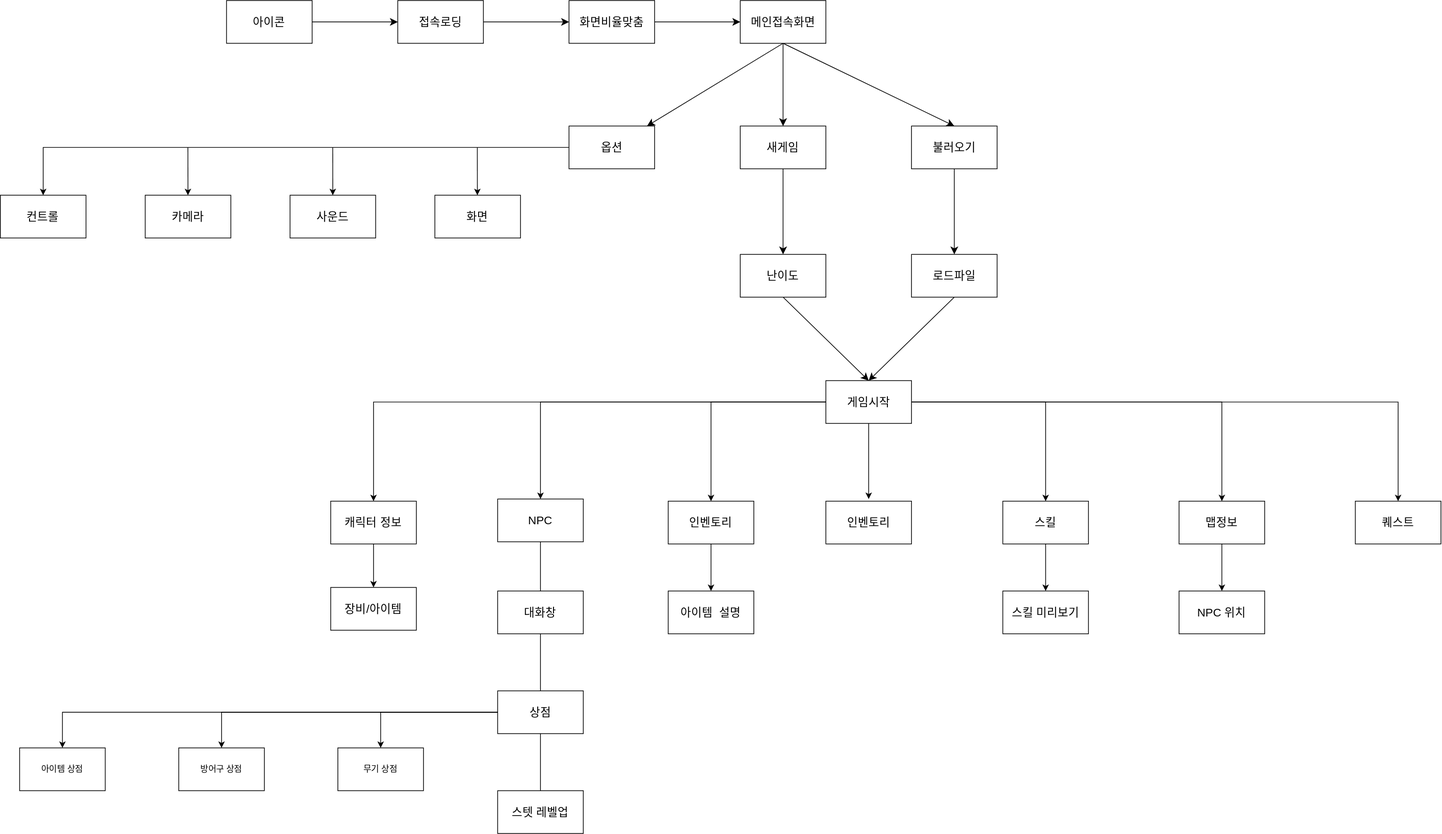
This is images/씬 플로우.drawio.svg from hji0909/H.J.I-website, a draw.io export, as it was before one commit. Source tidied: cells renumbered, new cells last; positions are measured from the earlier drawing's top-left corner, leaving out a move shared by most shapes.
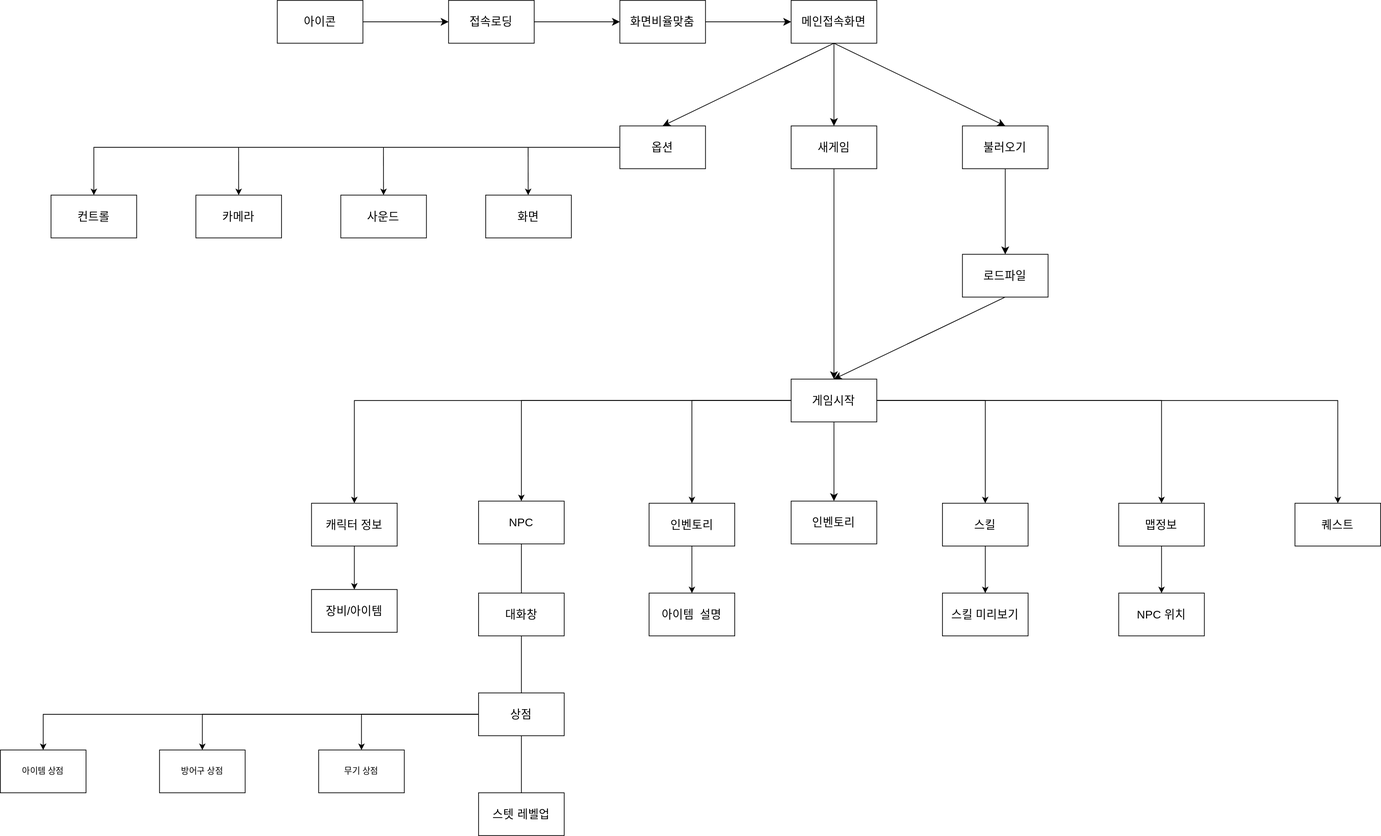
After the commit.

The edit, as a diff of the source:
```diff
@@ -23,9 +23,9 @@
     <mxCell id="8" value="옵션" style="whiteSpace=wrap;html=1;fontSize=16;rounded=0;" parent="1" vertex="1">
       <mxGeometry x="797" y="176" width="120" height="60" as="geometry" />
     </mxCell>
-    <mxCell id="9" style="edgeStyle=none;curved=1;rounded=0;jettySize=auto;html=1;fontSize=12;startSize=8;endSize=8;" parent="1" edge="1" source="10" target="21">
-      <mxGeometry relative="1" as="geometry" />
-    </mxCell>
+    <mxCell id="64" style="edgeStyle=none;curved=1;rounded=0;jettySize=auto;html=1;exitX=0.5;exitY=1;exitDx=0;exitDy=0;entryX=0.5;entryY=0;entryDx=0;entryDy=0;fontSize=12;startSize=8;endSize=8;" parent="1" edge="1" source="10" target="31">
+      <mxGeometry relative="1" as="geometry" />
+    </mxCell>
     <mxCell id="10" value="새게임" style="rounded=0;whiteSpace=wrap;html=1;fontSize=16;" parent="1" vertex="1">
       <mxGeometry x="1037" y="176" width="120" height="60" as="geometry" />
     </mxCell>
@@ -35,15 +35,15 @@
     <mxCell id="12" value="불러오기" style="rounded=0;whiteSpace=wrap;html=1;fontSize=16;" parent="1" vertex="1">
       <mxGeometry x="1277" y="176" width="120" height="60" as="geometry" />
     </mxCell>
-    <mxCell id="13" style="edgeStyle=none;curved=1;rounded=0;jettySize=auto;html=1;fontSize=12;startSize=8;endSize=8;exitX=0.5;exitY=1;exitDx=0;exitDy=0;" parent="1" edge="1" source="16" target="8">
-      <mxGeometry relative="1" as="geometry" />
-    </mxCell>
     <mxCell id="14" style="edgeStyle=none;curved=1;rounded=0;jettySize=auto;html=1;exitX=0.5;exitY=1;exitDx=0;exitDy=0;entryX=0.5;entryY=0;entryDx=0;entryDy=0;fontSize=12;startSize=8;endSize=8;" parent="1" edge="1" source="16" target="10">
       <mxGeometry relative="1" as="geometry" />
     </mxCell>
     <mxCell id="15" style="edgeStyle=none;curved=1;rounded=0;jettySize=auto;html=1;exitX=0.5;exitY=1;exitDx=0;exitDy=0;entryX=0.5;entryY=0;entryDx=0;entryDy=0;fontSize=12;startSize=8;endSize=8;" parent="1" edge="1" source="16" target="12">
       <mxGeometry relative="1" as="geometry" />
     </mxCell>
+    <mxCell id="13" style="edgeStyle=none;curved=1;rounded=0;jettySize=auto;html=1;exitX=0.5;exitY=1;exitDx=0;exitDy=0;entryX=0.5;entryY=0;entryDx=0;entryDy=0;fontSize=12;startSize=8;endSize=8;" parent="1" edge="1" source="16" target="8">
+      <mxGeometry relative="1" as="geometry" />
+    </mxCell>
     <mxCell id="16" value="메인접속화면" style="whiteSpace=wrap;html=1;fontSize=16;rounded=0;" parent="1" vertex="1">
       <mxGeometry x="1037" width="120" height="60" as="geometry" />
     </mxCell>
@@ -56,12 +56,6 @@
     <mxCell id="19" value="카메라" style="whiteSpace=wrap;html=1;fontSize=16;rounded=0;" parent="1" vertex="1">
       <mxGeometry x="203" y="273" width="120" height="60" as="geometry" />
     </mxCell>
-    <mxCell id="20" style="edgeStyle=none;curved=1;rounded=0;jettySize=auto;html=1;exitX=0.5;exitY=1;exitDx=0;exitDy=0;entryX=0.5;entryY=0;entryDx=0;entryDy=0;fontSize=12;startSize=8;endSize=8;" parent="1" edge="1" source="21" target="31">
-      <mxGeometry relative="1" as="geometry" />
-    </mxCell>
-    <mxCell id="21" value="난이도" style="whiteSpace=wrap;html=1;fontSize=16;rounded=0;" parent="1" vertex="1">
-      <mxGeometry x="1037" y="356" width="120" height="60" as="geometry" />
-    </mxCell>
     <mxCell id="22" style="edgeStyle=none;curved=1;rounded=0;jettySize=auto;html=1;exitX=0.5;exitY=1;exitDx=0;exitDy=0;entryX=0.5;entryY=0;entryDx=0;entryDy=0;fontSize=12;startSize=8;endSize=8;" parent="1" edge="1" source="23" target="31">
       <mxGeometry relative="1" as="geometry" />
     </mxCell>
@@ -80,52 +74,50 @@
     <mxCell id="27" style="edgeStyle=orthogonalEdgeStyle;rounded=0;jettySize=auto;html=1;exitX=0;exitY=0.5;exitDx=0;exitDy=0;entryX=0.5;entryY=0;entryDx=0;entryDy=0;" parent="1" edge="1" source="31" target="33">
       <mxGeometry relative="1" as="geometry" />
     </mxCell>
-    <mxCell id="28" style="edgeStyle=orthogonalEdgeStyle;rounded=0;jettySize=auto;html=1;exitX=0.5;exitY=1;exitDx=0;exitDy=0;" parent="1" edge="1" source="31">
-      <mxGeometry relative="1" as="geometry">
-        <mxPoint x="1217" y="699" as="targetPoint" />
-      </mxGeometry>
-    </mxCell>
     <mxCell id="29" style="edgeStyle=orthogonalEdgeStyle;rounded=0;jettySize=auto;html=1;exitX=1;exitY=0.5;exitDx=0;exitDy=0;entryX=0.5;entryY=0;entryDx=0;entryDy=0;" parent="1" edge="1" source="31" target="35">
       <mxGeometry relative="1" as="geometry" />
     </mxCell>
     <mxCell id="30" style="edgeStyle=orthogonalEdgeStyle;rounded=0;jettySize=auto;html=1;exitX=1;exitY=0.5;exitDx=0;exitDy=0;entryX=0.5;entryY=0;entryDx=0;entryDy=0;" parent="1" edge="1" source="31" target="37">
       <mxGeometry relative="1" as="geometry" />
     </mxCell>
+    <mxCell id="65" style="edgeStyle=none;curved=1;rounded=0;jettySize=auto;html=1;exitX=0.5;exitY=1;exitDx=0;exitDy=0;fontSize=12;startSize=8;endSize=8;" parent="1" edge="1" source="31" target="48">
+      <mxGeometry relative="1" as="geometry" />
+    </mxCell>
     <mxCell id="31" value="게임시작" style="whiteSpace=wrap;html=1;fontSize=16;rounded=0;" parent="1" vertex="1">
-      <mxGeometry x="1157" y="533" width="120" height="60" as="geometry" />
+      <mxGeometry x="1037" y="531" width="120" height="60" as="geometry" />
     </mxCell>
     <mxCell id="32" style="edgeStyle=orthogonalEdgeStyle;rounded=0;jettySize=auto;html=1;" parent="1" edge="1" source="33" target="63">
       <mxGeometry relative="1" as="geometry" />
     </mxCell>
     <mxCell id="33" value="인벤토리" style="whiteSpace=wrap;html=1;fontSize=16;rounded=0;" parent="1" vertex="1">
-      <mxGeometry x="936" y="702" width="120" height="60" as="geometry" />
+      <mxGeometry x="838" y="705" width="120" height="60" as="geometry" />
     </mxCell>
     <mxCell id="34" style="edgeStyle=orthogonalEdgeStyle;rounded=0;jettySize=auto;html=1;" parent="1" edge="1" source="35" target="62">
       <mxGeometry relative="1" as="geometry" />
     </mxCell>
     <mxCell id="35" value="스킬" style="whiteSpace=wrap;html=1;fontSize=16;rounded=0;" parent="1" vertex="1">
-      <mxGeometry x="1405" y="702" width="120" height="60" as="geometry" />
+      <mxGeometry x="1249" y="705" width="120" height="60" as="geometry" />
     </mxCell>
     <mxCell id="36" style="edgeStyle=orthogonalEdgeStyle;rounded=0;jettySize=auto;html=1;" parent="1" edge="1" source="37" target="61">
       <mxGeometry relative="1" as="geometry" />
     </mxCell>
     <mxCell id="37" value="맵정보" style="whiteSpace=wrap;html=1;fontSize=16;rounded=0;" parent="1" vertex="1">
-      <mxGeometry x="1652" y="702" width="120" height="60" as="geometry" />
+      <mxGeometry x="1496" y="705" width="120" height="60" as="geometry" />
     </mxCell>
     <mxCell id="38" value="퀘스트" style="whiteSpace=wrap;html=1;fontSize=16;rounded=0;" parent="1" vertex="1">
-      <mxGeometry x="1899" y="702" width="120" height="60" as="geometry" />
+      <mxGeometry x="1743" y="705" width="120" height="60" as="geometry" />
     </mxCell>
     <mxCell id="39" value="장비/아이템" style="whiteSpace=wrap;html=1;fontSize=16;rounded=0;" parent="1" vertex="1">
-      <mxGeometry x="463" y="823" width="120" height="60" as="geometry" />
+      <mxGeometry x="365" y="826" width="120" height="60" as="geometry" />
     </mxCell>
     <mxCell id="40" value="NPC" style="whiteSpace=wrap;html=1;fontSize=16;rounded=0;" parent="1" vertex="1">
-      <mxGeometry x="697" y="699" width="120" height="60" as="geometry" />
+      <mxGeometry x="599" y="702" width="120" height="60" as="geometry" />
     </mxCell>
     <mxCell id="41" style="edgeStyle=orthogonalEdgeStyle;rounded=0;jettySize=auto;html=1;exitX=0.5;exitY=1;exitDx=0;exitDy=0;" parent="1" edge="1" source="42" target="39">
       <mxGeometry relative="1" as="geometry" />
     </mxCell>
     <mxCell id="42" value="캐릭터 정보" style="whiteSpace=wrap;html=1;fontSize=16;rounded=0;" parent="1" vertex="1">
-      <mxGeometry x="463" y="702" width="120" height="60" as="geometry" />
+      <mxGeometry x="365" y="705" width="120" height="60" as="geometry" />
     </mxCell>
     <mxCell id="43" style="edgeStyle=orthogonalEdgeStyle;rounded=0;jettySize=auto;html=1;exitX=0;exitY=0.5;exitDx=0;exitDy=0;" parent="1" edge="1" source="8" target="44">
       <mxGeometry relative="1" as="geometry" />
@@ -152,10 +144,10 @@
       </mxGeometry>
     </mxCell>
     <mxCell id="48" value="인벤토리" style="whiteSpace=wrap;html=1;fontSize=16;rounded=0;" parent="1" vertex="1">
-      <mxGeometry x="1157" y="702" width="120" height="60" as="geometry" />
+      <mxGeometry x="1037" y="702" width="120" height="60" as="geometry" />
     </mxCell>
     <mxCell id="49" value="대화창" style="whiteSpace=wrap;html=1;fontSize=16;rounded=0;" parent="1" vertex="1">
-      <mxGeometry x="697" y="828" width="120" height="60" as="geometry" />
+      <mxGeometry x="599" y="831" width="120" height="60" as="geometry" />
     </mxCell>
     <mxCell id="50" style="endArrow=none;html=1;rounded=0;entryX=0.5;entryY=1;entryDx=0;entryDy=0;exitX=0.5;exitY=0;exitDx=0;exitDy=0;" parent="1" edge="1" source="49" target="40">
       <mxGeometry relative="1" as="geometry" />
@@ -170,34 +162,34 @@
       <mxGeometry relative="1" as="geometry" />
     </mxCell>
     <mxCell id="54" value="상점" style="whiteSpace=wrap;html=1;fontSize=16;rounded=0;" parent="1" vertex="1">
-      <mxGeometry x="697" y="968" width="120" height="60" as="geometry" />
+      <mxGeometry x="599" y="971" width="120" height="60" as="geometry" />
     </mxCell>
     <mxCell id="55" style="endArrow=none;html=1;rounded=0;entryX=0.5;entryY=1;entryDx=0;entryDy=0;exitX=0.5;exitY=0;exitDx=0;exitDy=0;" parent="1" edge="1" source="54" target="49">
       <mxGeometry relative="1" as="geometry" />
     </mxCell>
     <mxCell id="56" value="스텟 레벨업" style="whiteSpace=wrap;html=1;fontSize=16;rounded=0;" parent="1" vertex="1">
-      <mxGeometry x="697" y="1108" width="120" height="60" as="geometry" />
+      <mxGeometry x="599" y="1111" width="120" height="60" as="geometry" />
     </mxCell>
     <mxCell id="57" style="endArrow=none;html=1;rounded=0;exitX=0.5;exitY=1;exitDx=0;exitDy=0;" parent="1" edge="1" source="54" target="56">
       <mxGeometry relative="1" as="geometry" />
     </mxCell>
     <mxCell id="58" value="아이템 상점" style="rounded=0;whiteSpace=wrap;html=1;" parent="1" vertex="1">
-      <mxGeometry x="27" y="1048" width="120" height="60" as="geometry" />
+      <mxGeometry x="-71" y="1051" width="120" height="60" as="geometry" />
     </mxCell>
     <mxCell id="59" value="방어구 상점" style="rounded=0;whiteSpace=wrap;html=1;" parent="1" vertex="1">
-      <mxGeometry x="250" y="1048" width="120" height="60" as="geometry" />
+      <mxGeometry x="152" y="1051" width="120" height="60" as="geometry" />
     </mxCell>
     <mxCell id="60" value="무기 상점" style="rounded=0;whiteSpace=wrap;html=1;" parent="1" vertex="1">
-      <mxGeometry x="473" y="1048" width="120" height="60" as="geometry" />
+      <mxGeometry x="375" y="1051" width="120" height="60" as="geometry" />
     </mxCell>
     <mxCell id="61" value="NPC 위치" style="whiteSpace=wrap;html=1;fontSize=16;rounded=0;" parent="1" vertex="1">
-      <mxGeometry x="1652" y="828" width="120" height="60" as="geometry" />
+      <mxGeometry x="1496" y="831" width="120" height="60" as="geometry" />
     </mxCell>
     <mxCell id="62" value="스킬 미리보기" style="whiteSpace=wrap;html=1;fontSize=16;rounded=0;" parent="1" vertex="1">
-      <mxGeometry x="1405" y="828" width="120" height="60" as="geometry" />
+      <mxGeometry x="1249" y="831" width="120" height="60" as="geometry" />
     </mxCell>
     <mxCell id="63" value="아이템&amp;nbsp; 설명" style="whiteSpace=wrap;html=1;fontSize=16;rounded=0;" parent="1" vertex="1">
-      <mxGeometry x="936" y="828" width="120" height="60" as="geometry" />
+      <mxGeometry x="838" y="831" width="120" height="60" as="geometry" />
     </mxCell>
   </root>
 </mxGraphModel>
```
